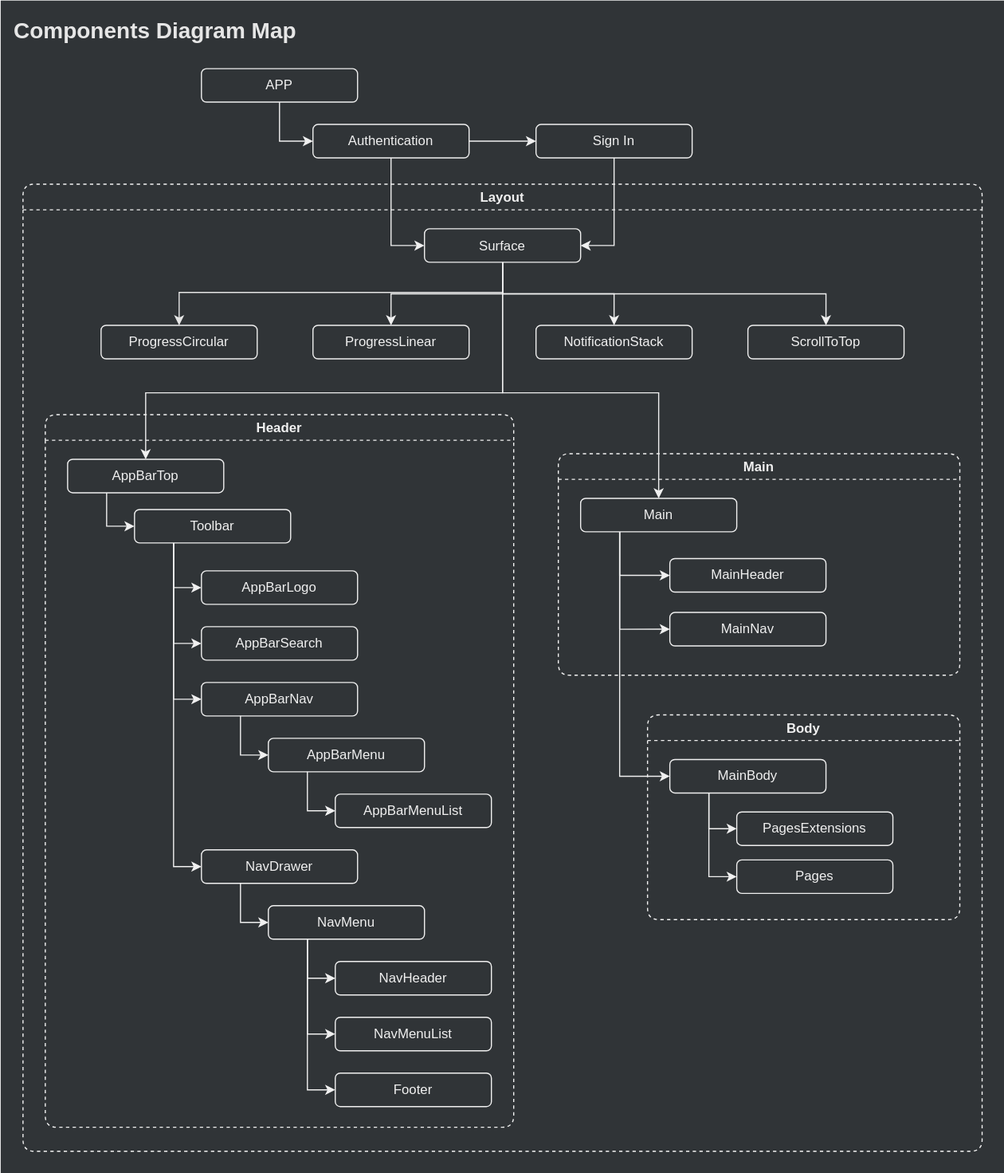
Before: diagrams/juvpro/components-diagram-map.svg, a diagram exported from draw.io (tcjpd/tcjpd.github.io). Source tidied: cells renumbered, new cells last; positions are measured from the earlier drawing's top-left corner, leaving out a move shared by most shapes.
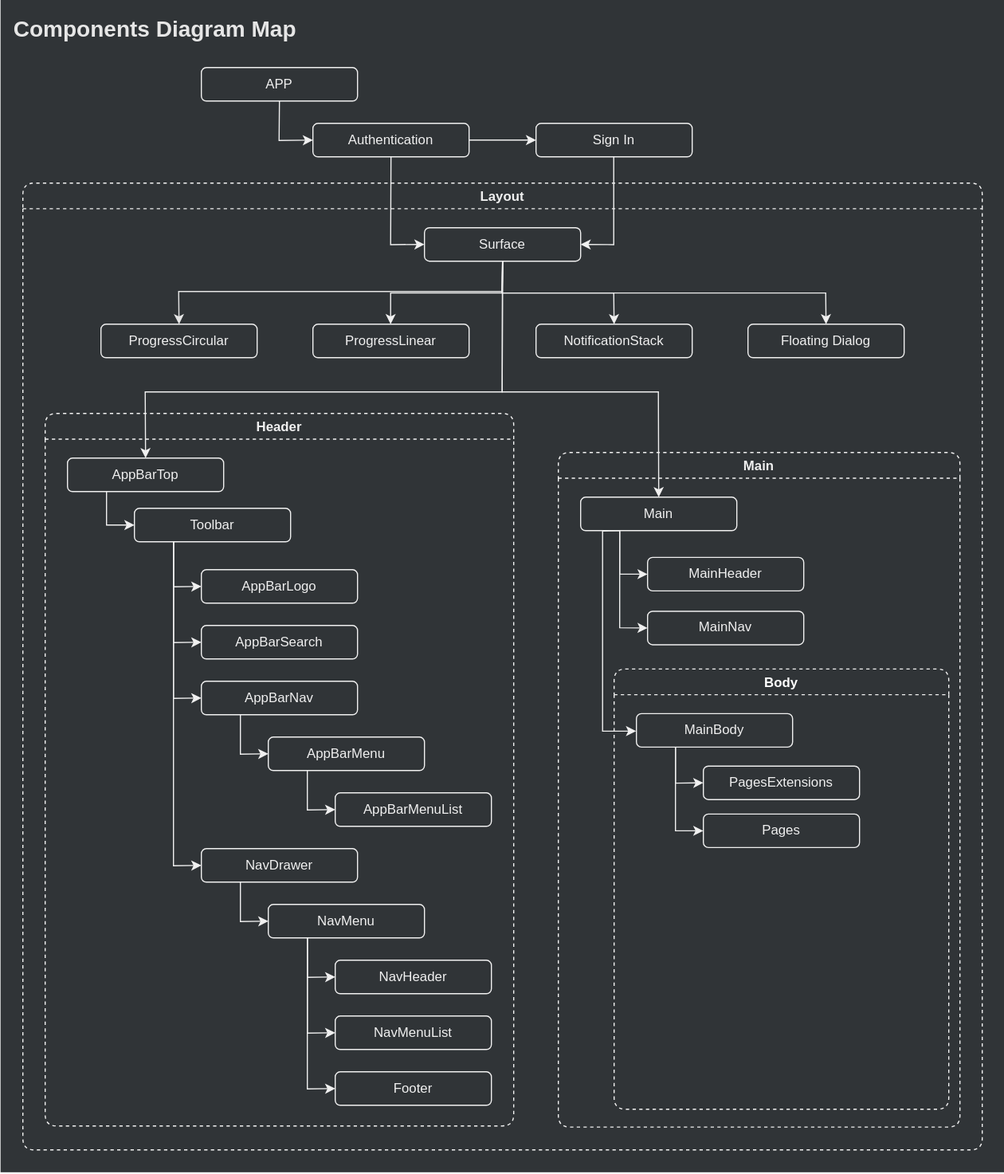
After the change.

Change to the diagram source:
```diff
@@ -1,8 +1,6 @@
 <mxGraphModel>
   <root>
     <mxCell id="0" />
-    <mxCell id="1" value="Background" parent="0" />
-    <mxCell id="2" value="Foreground" parent="0" />
     <mxCell id="3" value="Background" parent="0" />
     <mxCell id="4" style="rounded=0;whiteSpace=wrap;html=1;strokeColor=none;fontColor=#F0F0F0;labelBackgroundColor=none;fillColor=#303437;" parent="3" vertex="1">
       <mxGeometry width="900" height="1051" as="geometry" />
@@ -82,8 +80,9 @@
     <mxCell id="19" style="edgeStyle=orthogonalEdgeStyle;rounded=0;jettySize=auto;html=1;exitX=0.25;exitY=1;exitDx=0;exitDy=0;entryX=0;entryY=0.5;entryDx=0;entryDy=0;strokeColor=#F0F0F0;" parent="12" edge="1" source="57" target="64">
       <mxGeometry relative="1" as="geometry">
         <Array as="points">
-          <mxPoint x="535" y="531" />
-          <mxPoint x="580" y="531" />
+          <mxPoint x="520" y="311" />
+          <mxPoint x="520" y="491" />
+          <mxPoint x="550" y="491" />
         </Array>
       </mxGeometry>
     </mxCell>
@@ -206,7 +205,7 @@
       <mxGeometry relative="1" as="geometry" />
     </mxCell>
     <mxCell id="51" value="Main" style="swimlane;rounded=1;fillColor=none;fontColor=#F0F0F0;strokeColor=#F2F2F2;dashed=1;" parent="12" vertex="1">
-      <mxGeometry x="480" y="241.5" width="360" height="198.5" as="geometry" />
+      <mxGeometry x="480" y="241.5" width="360" height="604.5" as="geometry" />
     </mxCell>
     <mxCell id="52" style="edgeStyle=orthogonalEdgeStyle;rounded=0;orthogonalLoop=1;jettySize=auto;html=1;entryX=1;entryY=0.5;entryDx=0;entryDy=0;strokeColor=#CCE5FF;" parent="51" edge="1">
       <mxGeometry relative="1" as="geometry">
@@ -244,13 +243,13 @@
       <mxGeometry x="20" y="40" width="140" height="30" as="geometry" />
     </mxCell>
     <mxCell id="58" value="MainHeader" style="rounded=1;whiteSpace=wrap;html=1;fontColor=#F0F0F0;strokeColor=#F0F0F0;fillColor=#303437;" parent="51" vertex="1">
-      <mxGeometry x="100" y="94" width="140" height="30" as="geometry" />
+      <mxGeometry x="80" y="94" width="140" height="30" as="geometry" />
     </mxCell>
     <mxCell id="59" value="MainNav" style="rounded=1;whiteSpace=wrap;html=1;fontColor=#F0F0F0;strokeColor=#F0F0F0;fillColor=#303437;" parent="51" vertex="1">
-      <mxGeometry x="100" y="142.2" width="140" height="30" as="geometry" />
+      <mxGeometry x="80" y="142.2" width="140" height="30" as="geometry" />
     </mxCell>
-    <mxCell id="60" value="Body" style="swimlane;rounded=1;fillColor=none;fontColor=#F0F0F0;strokeColor=#F2F2F2;dashed=1;" parent="12" vertex="1">
-      <mxGeometry x="560" y="475.5" width="280" height="183.5" as="geometry" />
+    <mxCell id="60" value="Body" style="swimlane;rounded=1;fillColor=none;fontColor=#FFFFFF;strokeColor=#F2F2F2;dashed=1;" parent="12" vertex="1">
+      <mxGeometry x="530" y="435.5" width="300" height="394.5" as="geometry" />
     </mxCell>
     <mxCell id="61" style="edgeStyle=orthogonalEdgeStyle;rounded=0;orthogonalLoop=1;jettySize=auto;html=1;entryX=1;entryY=0.5;entryDx=0;entryDy=0;strokeColor=#CCE5FF;" parent="60" edge="1">
       <mxGeometry relative="1" as="geometry">
@@ -303,7 +302,7 @@
     <mxCell id="72" value="NotificationStack" style="rounded=1;whiteSpace=wrap;html=1;fontColor=#F0F0F0;strokeColor=#F0F0F0;fillColor=#303437;" parent="12" vertex="1">
       <mxGeometry x="460" y="126.5" width="140" height="30" as="geometry" />
     </mxCell>
-    <mxCell id="73" value="ScrollToTop" style="rounded=1;whiteSpace=wrap;html=1;fontColor=#F0F0F0;strokeColor=#F0F0F0;fillColor=#303437;" parent="12" vertex="1">
+    <mxCell id="73" value="Floating Dialog" style="rounded=1;whiteSpace=wrap;html=1;fontColor=#F0F0F0;strokeColor=#F0F0F0;fillColor=#303437;" parent="12" vertex="1">
       <mxGeometry x="650" y="126.5" width="140" height="30" as="geometry" />
     </mxCell>
     <mxCell id="74" value="ProgressLinear" style="rounded=1;whiteSpace=wrap;html=1;fontColor=#F0F0F0;strokeColor=#F0F0F0;fillColor=#303437;" parent="12" vertex="1">
```
